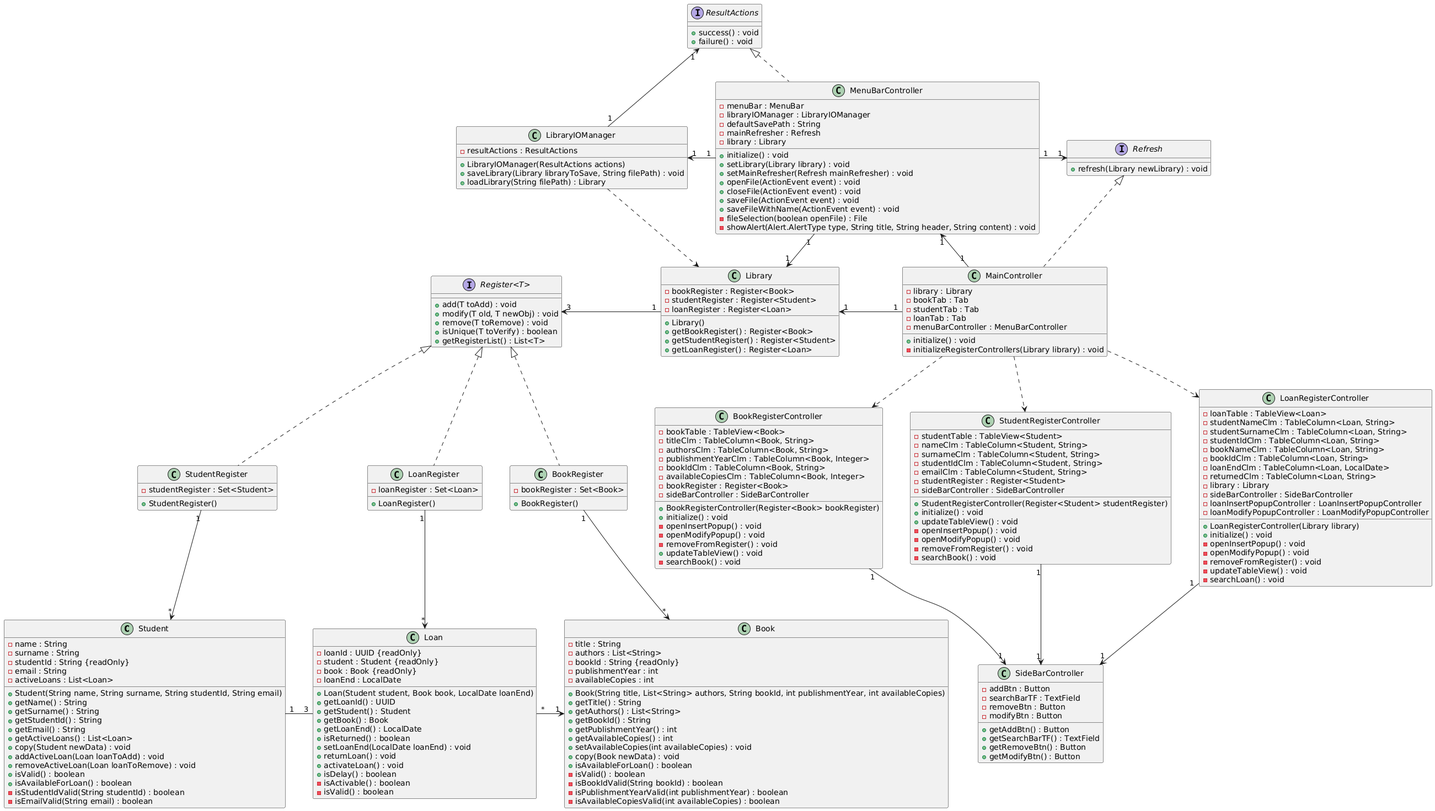
The PlantUML diagram docs/Class Diagrams/Detailed View/Complete Diagrams/GeneralPerspective/GeneralPerspective.png in cwke/LibraryManager, before a commit. Source of this version:
```plantuml
@startuml
skinparam nodesep 50

Student "1" -r- "3" Loan

Loan "*" -r-> "1" Book

BookRegister "1" -d-> "*" Book
BookRegister .u.|> "Register<T>"

StudentRegister "1" -d-> "*" Student
StudentRegister .u.|> "Register<T>"

LoanRegister "1" -d-> "*" Loan
LoanRegister .u.|> "Register<T>"

Library "1" -l-> "3" "Register<T>"

MainController "1" -l-> "1" Library
MainController .u.|> Refresh
MainController "1" -u-> "1" MenuBarController
MainController ..> BookRegisterController
MainController ..> StudentRegisterController
MainController ..> LoanRegisterController

MenuBarController "1" -r-> "1" Refresh
MenuBarController "1" -l-> "1" LibraryIOManager
MenuBarController "1" -d-> "1" Library
MenuBarController .u.|> ResultActions

LibraryIOManager ..> Library
LibraryIOManager "1" -u-> "1" ResultActions

StudentRegisterController "1" -d-> "1" "SideBarController"
LoanRegisterController "1" -d-> "1" "SideBarController"
BookRegisterController "1" -d-> "1" "SideBarController"

class Student {
    - name : String
    - surname : String
    - studentId : String {readOnly}
    - email : String
    - activeLoans : List<Loan>

    + Student(String name, String surname, String studentId, String email)
    + getName() : String
    + getSurname() : String
    + getStudentId() : String
    + getEmail() : String
    + getActiveLoans() : List<Loan>
    + copy(Student newData) : void
    + addActiveLoan(Loan loanToAdd) : void
    + removeActiveLoan(Loan loanToRemove) : void
    + isValid() : boolean
    + isAvailableForLoan() : boolean
    - isStudentIdValid(String studentId) : boolean
    - isEmailValid(String email) : boolean
}

class Loan {
    - loanId : UUID {readOnly}
    - student : Student {readOnly}
    - book : Book {readOnly}
    - loanEnd : LocalDate

    + Loan(Student student, Book book, LocalDate loanEnd)
    + getLoanId() : UUID
    + getStudent() : Student
    + getBook() : Book
    + getLoanEnd() : LocalDate
    + isReturned() : boolean
    + setLoanEnd(LocalDate loanEnd) : void
    + returnLoan() : void
    + activateLoan() : void
    + isDelay() : boolean
    - isActivable() : boolean
    - isValid() : boolean
}

class Book {
    - title : String
    - authors : List<String>
    - bookId : String {readOnly}
    - publishmentYear : int
    - availableCopies : int

    + Book(String title, List<String> authors, String bookId, int publishmentYear, int availableCopies)
    + getTitle() : String
    + getAuthors() : List<String>
    + getBookId() : String
    + getPublishmentYear() : int
    + getAvailableCopies() : int
    + setAvailableCopies(int availableCopies) : void
    + copy(Book newData) : void
    + isAvailableForLoan() : boolean
    - isValid() : boolean
    - isBookIdValid(String bookId) : boolean
    - isPublishmentYearValid(int publishmentYear) : boolean
    - isAvailableCopiesValid(int availableCopies) : boolean
}

interface "Register<T>" {
    + add(T toAdd) : void
    + modify(T old, T newObj) : void
    + remove(T toRemove) : void
    + isUnique(T toVerify) : boolean
    + getRegisterList() : List<T>
}

class BookRegister {
    - bookRegister : Set<Book>

    + BookRegister()
}

class StudentRegister {
    - studentRegister : Set<Student>

    + StudentRegister()
}

class LoanRegister {
    - loanRegister : Set<Loan>

    + LoanRegister()
}

class Library {
    - bookRegister : Register<Book>
    - studentRegister : Register<Student>
    - loanRegister : Register<Loan>

    + Library()
    + getBookRegister() : Register<Book>
    + getStudentRegister() : Register<Student>
    + getLoanRegister() : Register<Loan>
}

class MainController {
    - library : Library
    - bookTab : Tab
    - studentTab : Tab
    - loanTab : Tab
    - menuBarController : MenuBarController

    + initialize() : void
    - initializeRegisterControllers(Library library) : void
}

interface Refresh {
    + refresh(Library newLibrary) : void
}

class MenuBarController {
    - menuBar : MenuBar
    - libraryIOManager : LibraryIOManager
    - defaultSavePath : String
    - mainRefresher : Refresh
    - library : Library

    + initialize() : void
    + setLibrary(Library library) : void
    + setMainRefresher(Refresh mainRefresher) : void
    + openFile(ActionEvent event) : void
    + closeFile(ActionEvent event) : void
    + saveFile(ActionEvent event) : void
    + saveFileWithName(ActionEvent event) : void
    - fileSelection(boolean openFile) : File
    - showAlert(Alert.AlertType type, String title, String header, String content) : void
}

class LibraryIOManager {
    - resultActions : ResultActions

    + LibraryIOManager(ResultActions actions)
    + saveLibrary(Library libraryToSave, String filePath) : void
    + loadLibrary(String filePath) : Library
}

interface ResultActions {
    + success() : void
    + failure() : void
}

class StudentRegisterController {
    - studentTable : TableView<Student>
    - nameClm : TableColumn<Student, String>
    - surnameClm : TableColumn<Student, String>
    - studentIdClm : TableColumn<Student, String>
    - emailClm : TableColumn<Student, String>
    - studentRegister : Register<Student>
    - sideBarController : SideBarController

    + StudentRegisterController(Register<Student> studentRegister)
    + initialize() : void
    + updateTableView() : void
    - openInsertPopup() : void
    - openModifyPopup() : void
    - removeFromRegister() : void
    - searchBook() : void
}

class LoanRegisterController {
    - loanTable : TableView<Loan>
    - studentNameClm : TableColumn<Loan, String>
    - studentSurnameClm : TableColumn<Loan, String>
    - studentIdClm : TableColumn<Loan, String>
    - bookNameClm : TableColumn<Loan, String>
    - bookIdClm : TableColumn<Loan, String>
    - loanEndClm : TableColumn<Loan, LocalDate>
    - returnedClm : TableColumn<Loan, String>
    - library : Library
    - sideBarController : SideBarController
    - loanInsertPopupController : LoanInsertPopupController
    - loanModifyPopupController : LoanModifyPopupController

    + LoanRegisterController(Library library)
    + initialize() : void
    - openInsertPopup() : void
    - openModifyPopup() : void
    - removeFromRegister() : void
    - updateTableView() : void
    - searchLoan() : void
}

class BookRegisterController {
    - bookTable : TableView<Book>
    - titleClm : TableColumn<Book, String>
    - authorsClm : TableColumn<Book, String>
    - publishmentYearClm : TableColumn<Book, Integer>
    - bookIdClm : TableColumn<Book, String>
    - availableCopiesClm : TableColumn<Book, Integer>
    - bookRegister : Register<Book>
    - sideBarController : SideBarController

    + BookRegisterController(Register<Book> bookRegister)
    + initialize() : void
    - openInsertPopup() : void
    - openModifyPopup() : void
    - removeFromRegister() : void
    + updateTableView() : void
    - searchBook() : void
}

class SideBarController {
    - addBtn : Button
    - searchBarTF : TextField
    - removeBtn : Button
    - modifyBtn : Button

    + getAddBtn() : Button
    + getSearchBarTF() : TextField
    + getRemoveBtn() : Button
    + getModifyBtn() : Button
}
@enduml
```
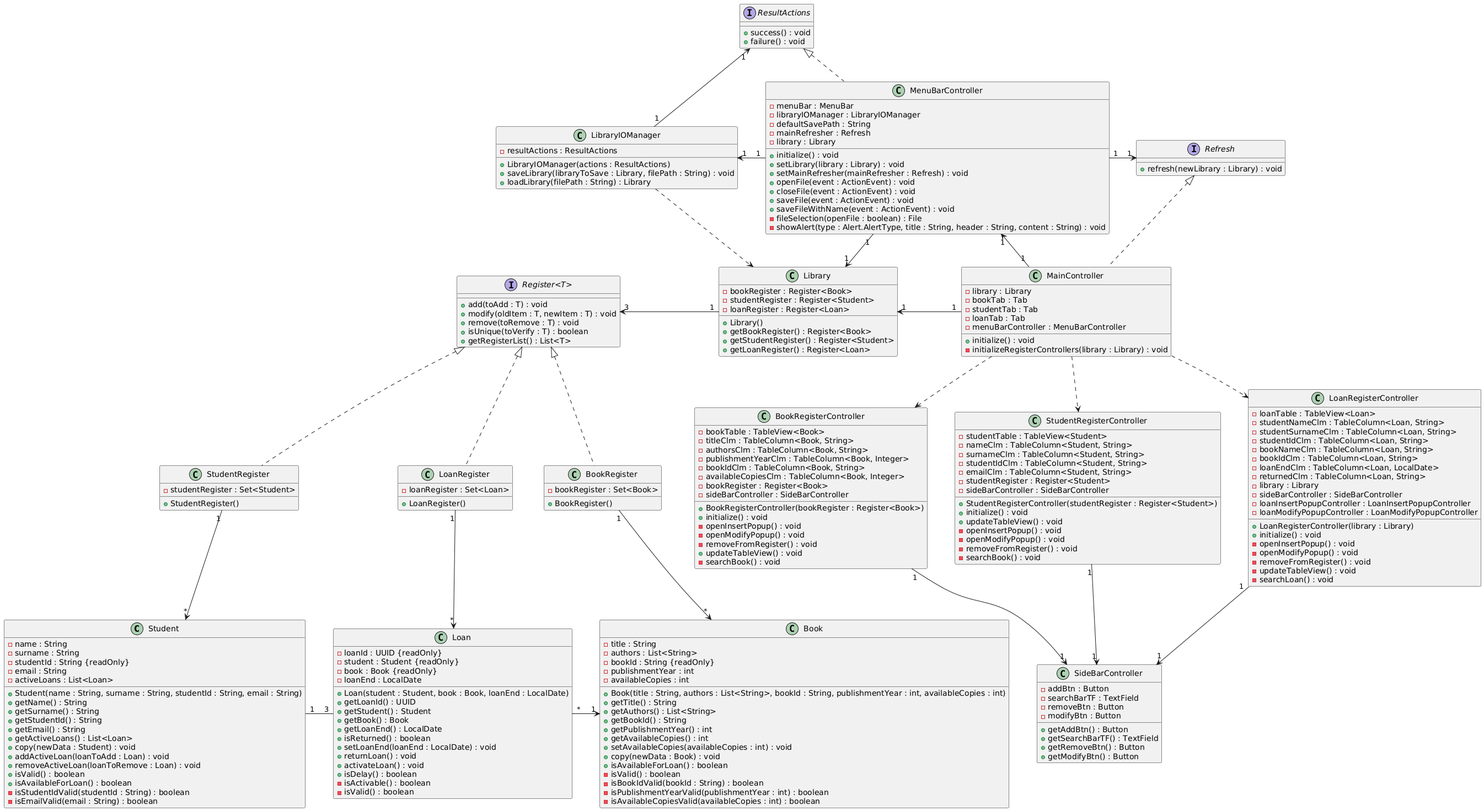
Above is the later version.

Diff of the diagram source:
```diff
@@ -35,6 +35,7 @@
 LoanRegisterController "1" -d-> "1" "SideBarController"
 BookRegisterController "1" -d-> "1" "SideBarController"
 
+
 class Student {
     - name : String
     - surname : String
@@ -42,19 +43,19 @@
     - email : String
     - activeLoans : List<Loan>
 
-    + Student(String name, String surname, String studentId, String email)
+    + Student(name : String, surname : String, studentId : String, email : String)
     + getName() : String
     + getSurname() : String
     + getStudentId() : String
     + getEmail() : String
     + getActiveLoans() : List<Loan>
-    + copy(Student newData) : void
-    + addActiveLoan(Loan loanToAdd) : void
-    + removeActiveLoan(Loan loanToRemove) : void
+    + copy(newData : Student) : void
+    + addActiveLoan(loanToAdd : Loan) : void
+    + removeActiveLoan(loanToRemove : Loan) : void
     + isValid() : boolean
     + isAvailableForLoan() : boolean
-    - isStudentIdValid(String studentId) : boolean
-    - isEmailValid(String email) : boolean
+    - isStudentIdValid(studentId : String) : boolean
+    - isEmailValid(email : String) : boolean
 }
 
 class Loan {
@@ -63,13 +64,13 @@
     - book : Book {readOnly}
     - loanEnd : LocalDate
 
-    + Loan(Student student, Book book, LocalDate loanEnd)
+    + Loan(student : Student, book : Book, loanEnd : LocalDate)
     + getLoanId() : UUID
     + getStudent() : Student
     + getBook() : Book
     + getLoanEnd() : LocalDate
     + isReturned() : boolean
-    + setLoanEnd(LocalDate loanEnd) : void
+    + setLoanEnd(loanEnd : LocalDate) : void
     + returnLoan() : void
     + activateLoan() : void
     + isDelay() : boolean
@@ -84,44 +85,41 @@
     - publishmentYear : int
     - availableCopies : int
 
-    + Book(String title, List<String> authors, String bookId, int publishmentYear, int availableCopies)
+    + Book(title : String, authors : List<String>, bookId : String, publishmentYear : int, availableCopies : int)
     + getTitle() : String
     + getAuthors() : List<String>
     + getBookId() : String
     + getPublishmentYear() : int
     + getAvailableCopies() : int
-    + setAvailableCopies(int availableCopies) : void
-    + copy(Book newData) : void
+    + setAvailableCopies(availableCopies : int) : void
+    + copy(newData : Book) : void
     + isAvailableForLoan() : boolean
     - isValid() : boolean
-    - isBookIdValid(String bookId) : boolean
-    - isPublishmentYearValid(int publishmentYear) : boolean
-    - isAvailableCopiesValid(int availableCopies) : boolean
+    - isBookIdValid(bookId : String) : boolean
+    - isPublishmentYearValid(publishmentYear : int) : boolean
+    - isAvailableCopiesValid(availableCopies : int) : boolean
 }
 
 interface "Register<T>" {
-    + add(T toAdd) : void
-    + modify(T old, T newObj) : void
-    + remove(T toRemove) : void
-    + isUnique(T toVerify) : boolean
+    + add(toAdd : T) : void
+    + modify(oldItem : T, newItem : T) : void
+    + remove(toRemove : T) : void
+    + isUnique(toVerify : T) : boolean
     + getRegisterList() : List<T>
 }
 
 class BookRegister {
     - bookRegister : Set<Book>
-
     + BookRegister()
 }
 
 class StudentRegister {
     - studentRegister : Set<Student>
-
     + StudentRegister()
 }
 
 class LoanRegister {
     - loanRegister : Set<Loan>
-
     + LoanRegister()
 }
 
@@ -144,11 +142,11 @@
     - menuBarController : MenuBarController
 
     + initialize() : void
-    - initializeRegisterControllers(Library library) : void
+    - initializeRegisterControllers(library : Library) : void
 }
 
 interface Refresh {
-    + refresh(Library newLibrary) : void
+    + refresh(newLibrary : Library) : void
 }
 
 class MenuBarController {
@@ -159,22 +157,22 @@
     - library : Library
 
     + initialize() : void
-    + setLibrary(Library library) : void
-    + setMainRefresher(Refresh mainRefresher) : void
-    + openFile(ActionEvent event) : void
-    + closeFile(ActionEvent event) : void
-    + saveFile(ActionEvent event) : void
-    + saveFileWithName(ActionEvent event) : void
-    - fileSelection(boolean openFile) : File
-    - showAlert(Alert.AlertType type, String title, String header, String content) : void
+    + setLibrary(library : Library) : void
+    + setMainRefresher(mainRefresher : Refresh) : void
+    + openFile(event : ActionEvent) : void
+    + closeFile(event : ActionEvent) : void
+    + saveFile(event : ActionEvent) : void
+    + saveFileWithName(event : ActionEvent) : void
+    - fileSelection(openFile : boolean) : File
+    - showAlert(type : Alert.AlertType, title : String, header : String, content : String) : void
 }
 
 class LibraryIOManager {
     - resultActions : ResultActions
 
-    + LibraryIOManager(ResultActions actions)
-    + saveLibrary(Library libraryToSave, String filePath) : void
-    + loadLibrary(String filePath) : Library
+    + LibraryIOManager(actions : ResultActions)
+    + saveLibrary(libraryToSave : Library, filePath : String) : void
+    + loadLibrary(filePath : String) : Library
 }
 
 interface ResultActions {
@@ -191,7 +189,7 @@
     - studentRegister : Register<Student>
     - sideBarController : SideBarController
 
-    + StudentRegisterController(Register<Student> studentRegister)
+    + StudentRegisterController(studentRegister : Register<Student>)
     + initialize() : void
     + updateTableView() : void
     - openInsertPopup() : void
@@ -214,7 +212,7 @@
     - loanInsertPopupController : LoanInsertPopupController
     - loanModifyPopupController : LoanModifyPopupController
 
-    + LoanRegisterController(Library library)
+    + LoanRegisterController(library : Library)
     + initialize() : void
     - openInsertPopup() : void
     - openModifyPopup() : void
@@ -233,7 +231,7 @@
     - bookRegister : Register<Book>
     - sideBarController : SideBarController
 
-    + BookRegisterController(Register<Book> bookRegister)
+    + BookRegisterController(bookRegister : Register<Book>)
     + initialize() : void
     - openInsertPopup() : void
     - openModifyPopup() : void
```
